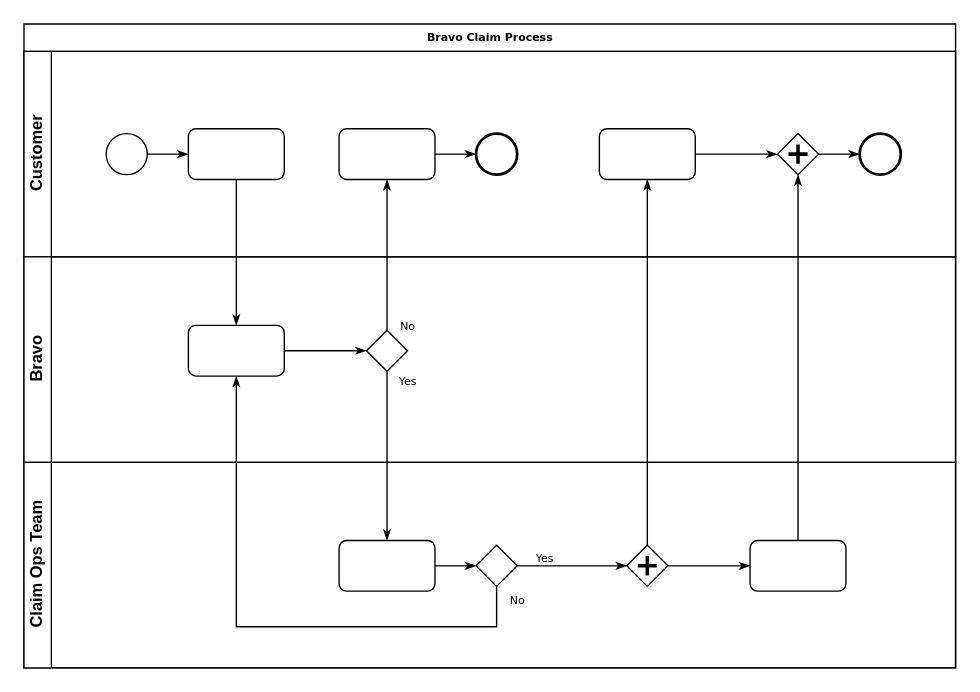
Before: Bravo Claim Process.drawio in whalebig27/change-request-process-diagram, a draw.io diagram. Source tidied: cells renumbered, new cells numbered last; positions are measured from the earlier drawing's top-left corner, leaving out a move shared by most shapes. Both pictures are drawn from the tidied source at 137%, with x=0, y=0 at pixel (23, 23).
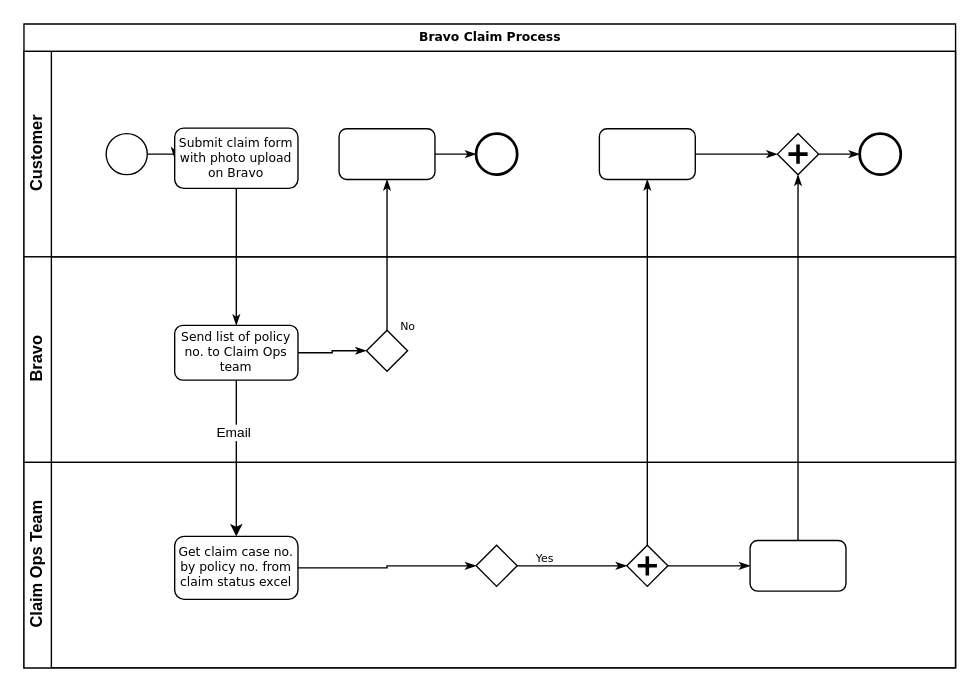
Above is the later version.

The change refers to these unchanged cells:
```xml
<mxCell id="3" value="Customer" style="swimlane;html=1;startSize=20;horizontal=0;" parent="2" vertex="1">
  <mxGeometry y="20" width="680" height="150" as="geometry" />
</mxCell>
<mxCell id="15" value="Bravo" style="swimlane;html=1;startSize=20;horizontal=0;" parent="2" vertex="1">
  <mxGeometry y="170" width="680" height="150" as="geometry" />
</mxCell>
<mxCell id="18" style="strokeWidth=1;html=1;shape=mxgraph.flowchart.decision;whiteSpace=wrap;rounded=1;shadow=0;labelBackgroundColor=none;fillColor=#ffffff;fontFamily=Verdana;fontSize=8;fontColor=#000000;align=center;" parent="15" vertex="1">
  <mxGeometry x="250" y="53.5" width="30" height="30" as="geometry" />
</mxCell>
<mxCell id="19" value="Claim Ops Team" style="swimlane;html=1;startSize=20;horizontal=0;" parent="2" vertex="1">
  <mxGeometry y="320" width="680" height="150" as="geometry" />
</mxCell>
<mxCell id="23" style="strokeWidth=1;html=1;shape=mxgraph.flowchart.decision;whiteSpace=wrap;rounded=1;shadow=0;labelBackgroundColor=none;fillColor=#ffffff;fontFamily=Verdana;fontSize=8;fontColor=#000000;align=center;" parent="19" vertex="1">
  <mxGeometry x="330" y="60.5" width="30" height="30" as="geometry" />
</mxCell>
```

What changed in the source:
```diff
@@
-    <mxCell id="2" value="Bravo Claim Process" style="swimlane;html=1;horizontal=1;startSize=20;rounded=0;shadow=0;labelBackgroundColor=none;strokeColor=#000000;strokeWidth=1;fillColor=#ffffff;fontFamily=Verdana;fontSize=8;fontColor=#000000;align=center;" parent="1" vertex="1">
+    <mxCell id="2" value="Bravo Claim Process" style="swimlane;html=1;horizontal=1;startSize=20;rounded=0;shadow=0;labelBackgroundColor=none;strokeColor=#000000;strokeWidth=1;fillColor=#ffffff;fontFamily=Verdana;fontSize=9;fontColor=#000000;align=center;" parent="1" vertex="1">
       <mxGeometry width="680" height="470" as="geometry" />
     </mxCell>
@@
-    <mxCell id="6" style="rounded=1;whiteSpace=wrap;html=1;shadow=0;labelBackgroundColor=none;strokeColor=#000000;strokeWidth=1;fillColor=#ffffff;fontFamily=Verdana;fontSize=8;fontColor=#000000;align=center;" parent="3" vertex="1">
-      <mxGeometry x="120" y="56.5" width="70" height="37" as="geometry" />
+    <mxCell id="6" value="Submit claim form with photo upload on Bravo" style="rounded=1;whiteSpace=wrap;html=1;shadow=0;labelBackgroundColor=none;strokeColor=#000000;strokeWidth=1;fillColor=#ffffff;fontFamily=Verdana;fontSize=9;fontColor=#000000;align=center;" parent="3" vertex="1">
+      <mxGeometry x="110" y="56" width="90" height="44" as="geometry" />
     </mxCell>
@@
-    <mxCell id="17" style="rounded=1;whiteSpace=wrap;html=1;shadow=0;labelBackgroundColor=none;strokeColor=#000000;strokeWidth=1;fillColor=#ffffff;fontFamily=Verdana;fontSize=8;fontColor=#000000;align=center;" parent="15" vertex="1">
-      <mxGeometry x="120" y="50" width="70" height="37" as="geometry" />
+    <mxCell id="17" value="Send list of policy no. to Claim Ops team" style="rounded=1;whiteSpace=wrap;html=1;shadow=0;labelBackgroundColor=none;strokeColor=#000000;strokeWidth=1;fillColor=#ffffff;fontFamily=Verdana;fontSize=9;fontColor=#000000;align=center;" parent="15" vertex="1">
+      <mxGeometry x="110" y="50" width="90" height="40" as="geometry" />
     </mxCell>
@@
-    <mxCell id="21" style="rounded=1;whiteSpace=wrap;html=1;shadow=0;labelBackgroundColor=none;strokeColor=#000000;strokeWidth=1;fillColor=#ffffff;fontFamily=Verdana;fontSize=8;fontColor=#000000;align=center;" parent="19" vertex="1">
-      <mxGeometry x="230" y="57" width="70" height="37" as="geometry" />
+    <mxCell id="21" value="Get claim case no. by policy no. from claim status excel" style="rounded=1;whiteSpace=wrap;html=1;shadow=0;labelBackgroundColor=none;strokeColor=#000000;strokeWidth=1;fillColor=#ffffff;fontFamily=Verdana;fontSize=9;fontColor=#000000;align=center;" parent="19" vertex="1">
+      <mxGeometry x="110" y="54" width="90" height="46" as="geometry" />
     </mxCell>
@@
-    <mxCell id="29" value="Yes" style="edgeStyle=orthogonalEdgeStyle;rounded=0;html=1;labelBackgroundColor=none;startArrow=none;startFill=0;startSize=5;endArrow=classicThin;endFill=1;endSize=5;jettySize=auto;strokeColor=#000000;strokeWidth=1;fontFamily=Verdana;fontSize=8;fontColor=#000000;" parent="2" edge="1" source="18" target="21">
-      <mxGeometry x="-0.89" y="15" relative="1" as="geometry" />
-    </mxCell>
@@
-    <mxCell id="31" value="No" style="edgeStyle=orthogonalEdgeStyle;rounded=0;html=1;labelBackgroundColor=none;startArrow=none;startFill=0;startSize=5;endArrow=classicThin;endFill=1;endSize=5;jettySize=auto;strokeColor=#000000;strokeWidth=1;fontFamily=Verdana;fontSize=8;fontColor=#000000;" parent="2" edge="1" source="23" target="17">
-      <mxGeometry x="-0.95" y="15" relative="1" as="geometry">
-        <Array as="points">
-          <mxPoint x="345" y="440" />
-          <mxPoint x="155" y="440" />
-        </Array>
-      </mxGeometry>
-    </mxCell>
@@
+    <mxCell id="33" style="edgeStyle=orthogonalEdgeStyle;rounded=0;jettySize=auto;html=1;entryX=0.5;entryY=0;entryDx=0;entryDy=0;fontSize=9;" parent="2" edge="1" source="17" target="21">
+      <mxGeometry relative="1" as="geometry" />
+    </mxCell>
+    <mxCell id="34" value="Email" style="text;html=1;align=center;verticalAlign=middle;labelBackgroundColor=#ffffff;fontSize=10;" parent="33" vertex="1">
+      <mxGeometry x="-0.35" y="-3" relative="1" as="geometry" />
+    </mxCell>
```
